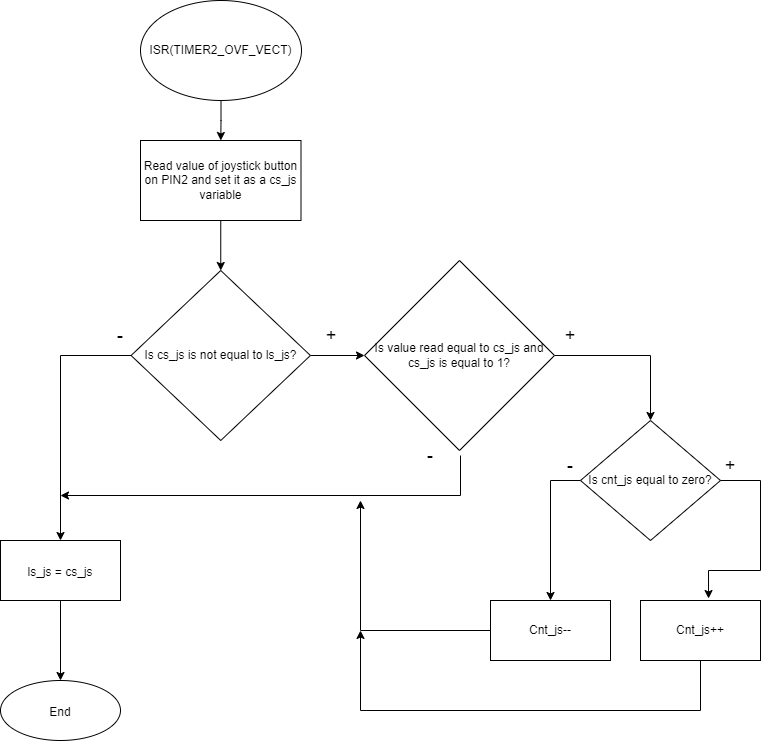
Before: project1/Joystick_button.drawio.png, a diagram exported from draw.io (OndraFoltyn/digital-electronics-2). Source tidied: cells renumbered, new cells last; positions are measured from the earlier drawing's top-left corner, leaving out a move shared by most shapes. Its diagram source:
```xml
<mxGraphModel>
  <root>
    <mxCell id="0" />
    <mxCell id="1" parent="0" />
    <mxCell id="2" style="edgeStyle=orthogonalEdgeStyle;rounded=0;jettySize=auto;html=1;" parent="1" edge="1" source="3" target="5">
      <mxGeometry relative="1" as="geometry" />
    </mxCell>
    <mxCell id="3" value="ISR(TIMER2_OVF_VECT)" style="ellipse;whiteSpace=wrap;html=1;" parent="1" vertex="1">
      <mxGeometry x="140" width="161" height="100" as="geometry" />
    </mxCell>
    <mxCell id="4" style="edgeStyle=orthogonalEdgeStyle;rounded=0;jettySize=auto;html=1;exitX=0.5;exitY=1;exitDx=0;exitDy=0;entryX=0.5;entryY=0;entryDx=0;entryDy=0;" parent="1" edge="1" source="5" target="8">
      <mxGeometry relative="1" as="geometry" />
    </mxCell>
    <mxCell id="5" value="Read value of joystick button on PIN2 and set it as a cs_js variable" style="whiteSpace=wrap;html=1;" parent="1" vertex="1">
      <mxGeometry x="140" y="140" width="160.5" height="80" as="geometry" />
    </mxCell>
    <mxCell id="6" style="edgeStyle=orthogonalEdgeStyle;rounded=0;jettySize=auto;html=1;entryX=0.5;entryY=0;entryDx=0;entryDy=0;" parent="1" edge="1" source="8" target="26">
      <mxGeometry relative="1" as="geometry" />
    </mxCell>
    <mxCell id="7" style="edgeStyle=orthogonalEdgeStyle;rounded=0;jettySize=auto;html=1;fontSize=18;" parent="1" edge="1" source="8" target="11">
      <mxGeometry relative="1" as="geometry" />
    </mxCell>
    <mxCell id="8" value="Is cs_js is not equal to ls_js?" style="rhombus;whiteSpace=wrap;html=1;" parent="1" vertex="1">
      <mxGeometry x="130.6" y="270" width="179.3" height="170" as="geometry" />
    </mxCell>
    <mxCell id="9" value="&lt;font style=&quot;font-size: 18px;&quot;&gt;-&lt;/font&gt;" style="text;html=1;strokeColor=none;fillColor=none;align=center;verticalAlign=middle;whiteSpace=wrap;rounded=0;" parent="1" vertex="1">
      <mxGeometry x="90" y="320" width="60" height="30" as="geometry" />
    </mxCell>
    <mxCell id="10" style="edgeStyle=orthogonalEdgeStyle;rounded=0;jettySize=auto;html=1;exitX=1;exitY=0.5;exitDx=0;exitDy=0;entryX=0.5;entryY=0;entryDx=0;entryDy=0;fontSize=18;" parent="1" edge="1" source="11" target="14">
      <mxGeometry relative="1" as="geometry" />
    </mxCell>
    <mxCell id="11" value="Is value read equal to cs_js and cs_js is equal to 1?" style="rhombus;whiteSpace=wrap;html=1;" parent="1" vertex="1">
      <mxGeometry x="364" y="260" width="190" height="190" as="geometry" />
    </mxCell>
    <mxCell id="12" value="&lt;span style=&quot;font-size: 18px;&quot;&gt;+&lt;/span&gt;" style="text;html=1;strokeColor=none;fillColor=none;align=center;verticalAlign=middle;whiteSpace=wrap;rounded=0;" parent="1" vertex="1">
      <mxGeometry x="300.5" y="320" width="60" height="30" as="geometry" />
    </mxCell>
    <mxCell id="13" value="&lt;font style=&quot;font-size: 18px;&quot;&gt;-&lt;/font&gt;" style="text;html=1;strokeColor=none;fillColor=none;align=center;verticalAlign=middle;whiteSpace=wrap;rounded=0;" parent="1" vertex="1">
      <mxGeometry x="400" y="440" width="60" height="30" as="geometry" />
    </mxCell>
    <mxCell id="14" value="Is cnt_js equal to zero?" style="rhombus;whiteSpace=wrap;html=1;" parent="1" vertex="1">
      <mxGeometry x="580" y="420" width="140" height="120" as="geometry" />
    </mxCell>
    <mxCell id="15" value="Cnt_js++" style="whiteSpace=wrap;html=1;" parent="1" vertex="1">
      <mxGeometry x="640" y="600" width="120" height="60" as="geometry" />
    </mxCell>
    <mxCell id="16" value="Cnt_js--" style="whiteSpace=wrap;html=1;" parent="1" vertex="1">
      <mxGeometry x="490" y="600" width="120" height="60" as="geometry" />
    </mxCell>
    <mxCell id="17" style="endArrow=classic;html=1;rounded=0;fontSize=18;exitX=0;exitY=0.5;exitDx=0;exitDy=0;entryX=0.5;entryY=0;entryDx=0;entryDy=0;" parent="1" edge="1" source="14" target="16">
      <mxGeometry relative="1" as="geometry">
        <Array as="points">
          <mxPoint x="550" y="480" />
        </Array>
      </mxGeometry>
    </mxCell>
    <mxCell id="18" style="endArrow=classic;html=1;rounded=0;fontSize=18;exitX=1;exitY=0.5;exitDx=0;exitDy=0;entryX=0.567;entryY=-0.033;entryDx=0;entryDy=0;entryPerimeter=0;" parent="1" edge="1" source="14" target="15">
      <mxGeometry relative="1" as="geometry">
        <Array as="points">
          <mxPoint x="760" y="480" />
          <mxPoint x="760" y="570" />
          <mxPoint x="708" y="570" />
        </Array>
      </mxGeometry>
    </mxCell>
    <mxCell id="19" value="&lt;font style=&quot;font-size: 18px;&quot;&gt;-&lt;/font&gt;" style="text;html=1;strokeColor=none;fillColor=none;align=center;verticalAlign=middle;whiteSpace=wrap;rounded=0;" parent="1" vertex="1">
      <mxGeometry x="540" y="450" width="60" height="30" as="geometry" />
    </mxCell>
    <mxCell id="20" value="&lt;span style=&quot;font-size: 18px;&quot;&gt;+&lt;/span&gt;" style="text;html=1;strokeColor=none;fillColor=none;align=center;verticalAlign=middle;whiteSpace=wrap;rounded=0;" parent="1" vertex="1">
      <mxGeometry x="540" y="320" width="60" height="30" as="geometry" />
    </mxCell>
    <mxCell id="21" value="&lt;span style=&quot;font-size: 18px;&quot;&gt;+&lt;/span&gt;" style="text;html=1;strokeColor=none;fillColor=none;align=center;verticalAlign=middle;whiteSpace=wrap;rounded=0;" parent="1" vertex="1">
      <mxGeometry x="700" y="450" width="60" height="30" as="geometry" />
    </mxCell>
    <mxCell id="22" style="endArrow=classic;html=1;rounded=0;fontSize=18;exitX=1;exitY=0.5;exitDx=0;exitDy=0;" parent="1" edge="1" source="13">
      <mxGeometry relative="1" as="geometry">
        <mxPoint x="60" y="495" as="targetPoint" />
        <Array as="points">
          <mxPoint x="460" y="495" />
        </Array>
      </mxGeometry>
    </mxCell>
    <mxCell id="23" style="endArrow=classic;html=1;rounded=0;fontSize=18;exitX=0;exitY=0.5;exitDx=0;exitDy=0;" parent="1" edge="1" source="16">
      <mxGeometry relative="1" as="geometry">
        <mxPoint x="360" y="500" as="targetPoint" />
        <Array as="points">
          <mxPoint x="360" y="630" />
        </Array>
      </mxGeometry>
    </mxCell>
    <mxCell id="24" style="endArrow=classic;html=1;rounded=0;fontSize=18;exitX=0.5;exitY=1;exitDx=0;exitDy=0;" parent="1" edge="1" source="15">
      <mxGeometry relative="1" as="geometry">
        <mxPoint x="360" y="630" as="targetPoint" />
        <Array as="points">
          <mxPoint x="700" y="710" />
          <mxPoint x="360" y="710" />
        </Array>
      </mxGeometry>
    </mxCell>
    <mxCell id="25" style="edgeStyle=orthogonalEdgeStyle;rounded=0;jettySize=auto;html=1;fontSize=18;" parent="1" edge="1" source="26" target="27">
      <mxGeometry relative="1" as="geometry" />
    </mxCell>
    <mxCell id="26" value="&lt;font style=&quot;font-size: 12px;&quot;&gt;ls_js = cs_js&lt;/font&gt;" style="rounded=0;whiteSpace=wrap;html=1;fontSize=18;" parent="1" vertex="1">
      <mxGeometry y="540" width="120" height="60" as="geometry" />
    </mxCell>
    <mxCell id="27" value="&lt;font style=&quot;font-size: 12px;&quot;&gt;End&lt;/font&gt;" style="ellipse;whiteSpace=wrap;html=1;fontSize=18;rounded=0;" parent="1" vertex="1">
      <mxGeometry y="680" width="120" height="60" as="geometry" />
    </mxCell>
  </root>
</mxGraphModel>
```
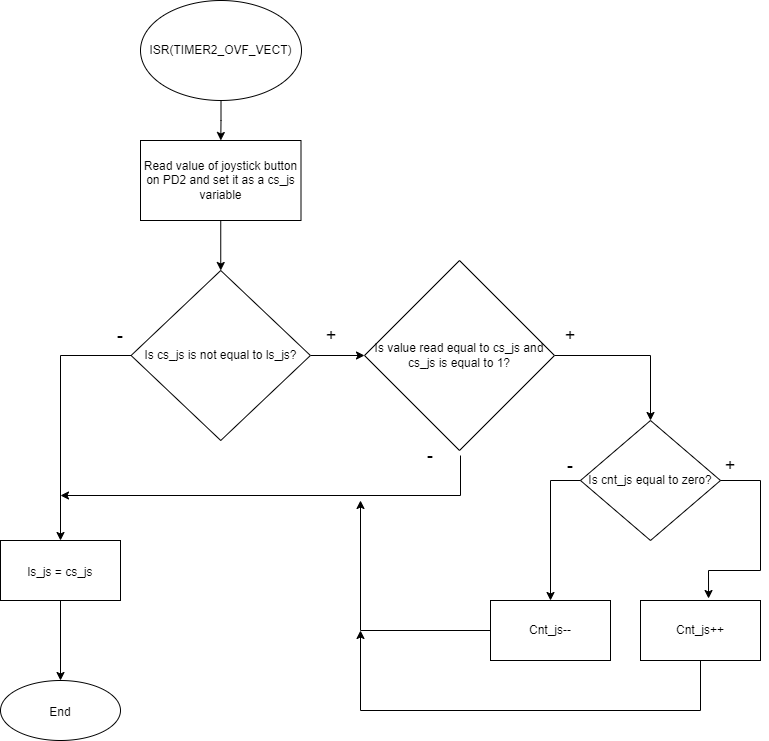
Above is the later version.

Change to the diagram source:
```diff
@@ -11,7 +11,7 @@
     <mxCell id="4" style="edgeStyle=orthogonalEdgeStyle;rounded=0;jettySize=auto;html=1;exitX=0.5;exitY=1;exitDx=0;exitDy=0;entryX=0.5;entryY=0;entryDx=0;entryDy=0;" parent="1" edge="1" source="5" target="8">
       <mxGeometry relative="1" as="geometry" />
     </mxCell>
-    <mxCell id="5" value="Read value of joystick button on PIN2 and set it as a cs_js variable" style="whiteSpace=wrap;html=1;" parent="1" vertex="1">
+    <mxCell id="5" value="Read value of joystick button on PD2 and set it as a cs_js variable" style="whiteSpace=wrap;html=1;" parent="1" vertex="1">
       <mxGeometry x="140" y="140" width="160.5" height="80" as="geometry" />
     </mxCell>
     <mxCell id="6" style="edgeStyle=orthogonalEdgeStyle;rounded=0;jettySize=auto;html=1;entryX=0.5;entryY=0;entryDx=0;entryDy=0;" parent="1" edge="1" source="8" target="26">
```
